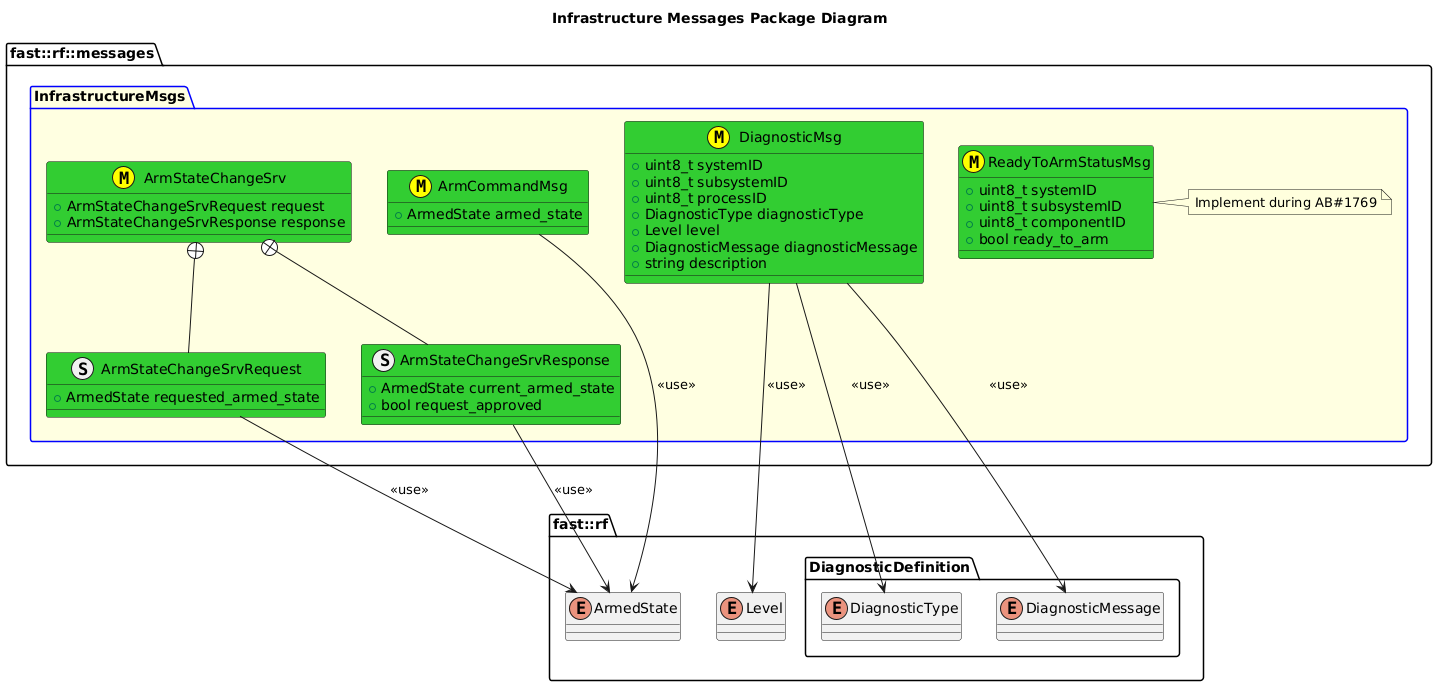
fastrobotics/robot_framework keeps this PlantUML diagram as msgs/InfrastructureMsgs/doc/puml/InfrastructureMessagesClassDiagram.png. Above is the earlier version.
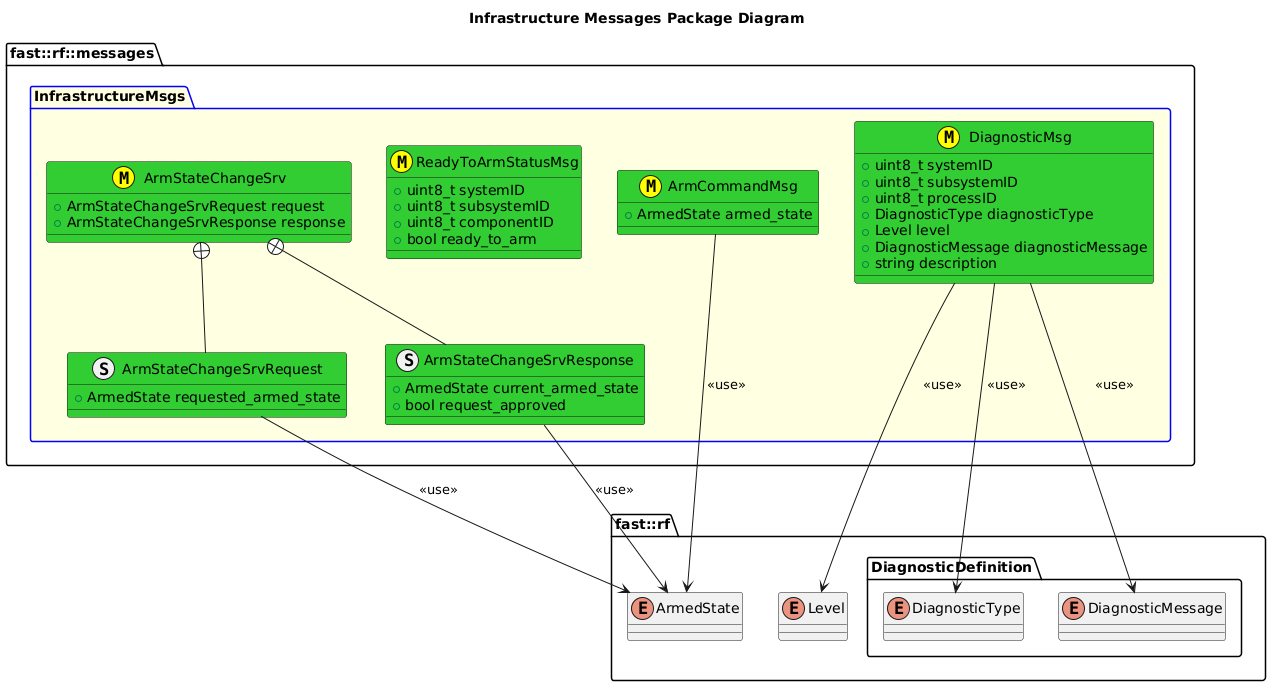
After the commit.

Diff of the diagram source:
```diff
@@ -39,9 +39,7 @@
       +uint8_t componentID
       +bool ready_to_arm
     }
-    note right of ReadyToArmStatusMsg
-    Implement during AB#1769
-    end note
+
     class DiagnosticMsg <<(M,#FFFF00)>> #LimeGreen {
       +uint8_t systemID
       +uint8_t subsystemID
```
